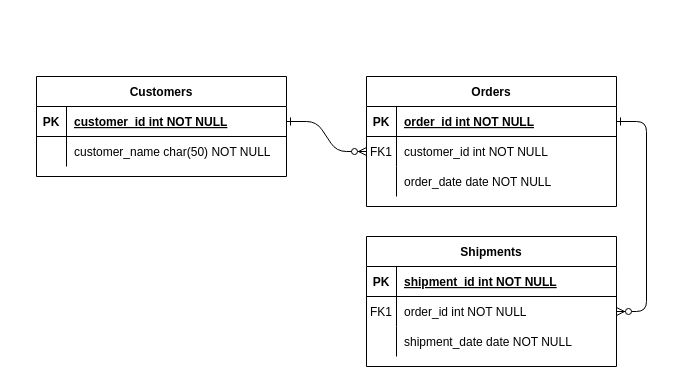
The draw.io diagram Untitled Diagram.drawio in RyanRamadhan11/drawio, before the edit. Source tidied: cells renumbered, new cells numbered last; positions are measured from the earlier drawing's top-left corner, leaving out a move shared by most shapes. Both pictures are drawn from the tidied source at 100%, with x=0, y=0 at pixel (36, 76).
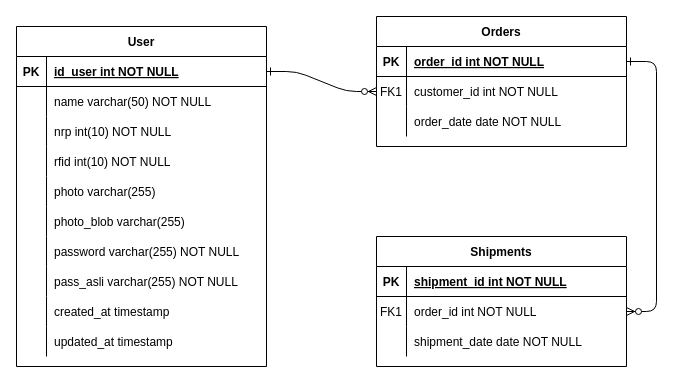
The same page after the edit.

The change refers to these unchanged cells:
```xml
<mxCell id="25" style="shape=partialRectangle;fillColor=none;points=[[0,0.5],[1,0.5]];portConstraint=eastwest;top=0;left=0;right=0;bottom=1;" parent="24" vertex="1">
  <mxGeometry y="30" width="250" height="30" as="geometry" />
</mxCell>
<mxCell id="28" style="shape=partialRectangle;fillColor=none;top=0;left=0;right=0;bottom=0;" parent="24" vertex="1">
  <mxGeometry y="60" width="250" height="30" as="geometry" />
</mxCell>
```

Diff of the diagram source:
```diff
@@
     <mxCell id="4" value="Orders" style="shape=table;startSize=30;childLayout=tableLayout;rowLines=0;fontStyle=1;align=center;" parent="1" vertex="1">
-      <mxGeometry x="330" width="250" height="130" as="geometry" />
+      <mxGeometry x="340" y="-60" width="250" height="130" as="geometry" />
     </mxCell>
@@
     <mxCell id="14" value="Shipments" style="shape=table;startSize=30;childLayout=tableLayout;rowLines=0;fontStyle=1;align=center;" parent="1" vertex="1">
-      <mxGeometry x="330" y="160" width="250" height="130" as="geometry" />
+      <mxGeometry x="340" y="160" width="250" height="130" as="geometry" />
     </mxCell>
@@
-    <mxCell id="24" value="Customers" style="shape=table;startSize=30;childLayout=tableLayout;rowLines=0;fontStyle=1;align=center;" parent="1" vertex="1">
-      <mxGeometry width="250" height="100" as="geometry" />
+    <mxCell id="24" value="User" style="shape=table;startSize=30;childLayout=tableLayout;rowLines=0;fontStyle=1;align=center;" parent="1" vertex="1">
+      <mxGeometry x="-20" y="-50" width="250" height="340" as="geometry" />
     </mxCell>
@@
-    <mxCell id="27" value="customer_id int NOT NULL " style="shape=partialRectangle;overflow=hidden;fillColor=none;top=0;left=0;bottom=0;right=0;align=left;spacingLeft=6;fontStyle=5;" parent="25" vertex="1">
+    <mxCell id="27" value="id_user int NOT NULL " style="shape=partialRectangle;overflow=hidden;fillColor=none;top=0;left=0;bottom=0;right=0;align=left;spacingLeft=6;fontStyle=5;" parent="25" vertex="1">
       <mxGeometry x="30" width="220" height="30" as="geometry" />
     </mxCell>
@@
-    <mxCell id="30" value="customer_name char(50) NOT NULL" style="shape=partialRectangle;overflow=hidden;fillColor=none;top=0;left=0;bottom=0;right=0;align=left;spacingLeft=6;" parent="28" vertex="1">
+    <mxCell id="30" value="name varchar(50) NOT NULL" style="shape=partialRectangle;overflow=hidden;fillColor=none;top=0;left=0;bottom=0;right=0;align=left;spacingLeft=6;" parent="28" vertex="1">
       <mxGeometry x="30" width="220" height="30" as="geometry" />
     </mxCell>
+    <mxCell id="31" style="shape=tableRow;horizontal=0;startSize=0;swimlaneHead=0;swimlaneBody=0;fillColor=none;top=0;left=0;right=0;bottom=0;" parent="24" vertex="1">
+      <mxGeometry y="90" width="250" height="30" as="geometry" />
+    </mxCell>
+    <mxCell id="32" style="shape=partialRectangle;fillColor=none;top=0;left=0;bottom=0;right=0;overflow=hidden;" parent="31" vertex="1">
+      <mxGeometry width="30" height="30" as="geometry" />
+    </mxCell>
+    <mxCell id="33" value="nrp int(10) NOT NULL" style="shape=partialRectangle;fillColor=none;top=0;left=0;bottom=0;right=0;align=left;spacingLeft=6;overflow=hidden;" parent="31" vertex="1">
+      <mxGeometry x="30" width="220" height="30" as="geometry" />
+    </mxCell>
+    <mxCell id="34" style="shape=tableRow;horizontal=0;startSize=0;swimlaneHead=0;swimlaneBody=0;fillColor=none;top=0;left=0;right=0;bottom=0;" parent="24" vertex="1">
+      <mxGeometry y="120" width="250" height="30" as="geometry" />
+    </mxCell>
+    <mxCell id="35" style="shape=partialRectangle;fillColor=none;top=0;left=0;bottom=0;right=0;overflow=hidden;" parent="34" vertex="1">
+      <mxGeometry width="30" height="30" as="geometry" />
+    </mxCell>
+    <mxCell id="36" value="rfid int(10) NOT NULL" style="shape=partialRectangle;fillColor=none;top=0;left=0;bottom=0;right=0;align=left;spacingLeft=6;overflow=hidden;" parent="34" vertex="1">
+      <mxGeometry x="30" width="220" height="30" as="geometry" />
+    </mxCell>
+    <mxCell id="37" style="shape=tableRow;horizontal=0;startSize=0;swimlaneHead=0;swimlaneBody=0;fillColor=none;top=0;left=0;right=0;bottom=0;" parent="24" vertex="1">
+      <mxGeometry y="150" width="250" height="30" as="geometry" />
+    </mxCell>
+    <mxCell id="38" style="shape=partialRectangle;fillColor=none;top=0;left=0;bottom=0;right=0;overflow=hidden;" parent="37" vertex="1">
+      <mxGeometry width="30" height="30" as="geometry" />
+    </mxCell>
+    <mxCell id="39" value="photo varchar(255)" style="shape=partialRectangle;fillColor=none;top=0;left=0;bottom=0;right=0;align=left;spacingLeft=6;overflow=hidden;" parent="37" vertex="1">
+      <mxGeometry x="30" width="220" height="30" as="geometry" />
+    </mxCell>
+    <mxCell id="40" style="shape=tableRow;horizontal=0;startSize=0;swimlaneHead=0;swimlaneBody=0;fillColor=none;top=0;left=0;right=0;bottom=0;" parent="24" vertex="1">
+      <mxGeometry y="180" width="250" height="30" as="geometry" />
+    </mxCell>
+    <mxCell id="41" style="shape=partialRectangle;fillColor=none;top=0;left=0;bottom=0;right=0;overflow=hidden;" parent="40" vertex="1">
+      <mxGeometry width="30" height="30" as="geometry" />
+    </mxCell>
+    <mxCell id="42" value="photo_blob varchar(255)" style="shape=partialRectangle;fillColor=none;top=0;left=0;bottom=0;right=0;align=left;spacingLeft=6;overflow=hidden;" parent="40" vertex="1">
+      <mxGeometry x="30" width="220" height="30" as="geometry" />
+    </mxCell>
+    <mxCell id="43" style="shape=tableRow;horizontal=0;startSize=0;swimlaneHead=0;swimlaneBody=0;fillColor=none;top=0;left=0;right=0;bottom=0;" parent="24" vertex="1">
+      <mxGeometry y="210" width="250" height="30" as="geometry" />
+    </mxCell>
+    <mxCell id="44" style="shape=partialRectangle;fillColor=none;top=0;left=0;bottom=0;right=0;overflow=hidden;" parent="43" vertex="1">
+      <mxGeometry width="30" height="30" as="geometry" />
+    </mxCell>
+    <mxCell id="45" value="password varchar(255) NOT NULL" style="shape=partialRectangle;fillColor=none;top=0;left=0;bottom=0;right=0;align=left;spacingLeft=6;overflow=hidden;" parent="43" vertex="1">
+      <mxGeometry x="30" width="220" height="30" as="geometry" />
+    </mxCell>
+    <mxCell id="46" style="shape=tableRow;horizontal=0;startSize=0;swimlaneHead=0;swimlaneBody=0;fillColor=none;top=0;left=0;right=0;bottom=0;" parent="24" vertex="1">
+      <mxGeometry y="240" width="250" height="30" as="geometry" />
+    </mxCell>
+    <mxCell id="47" style="shape=partialRectangle;fillColor=none;top=0;left=0;bottom=0;right=0;overflow=hidden;" parent="46" vertex="1">
+      <mxGeometry width="30" height="30" as="geometry" />
+    </mxCell>
+    <mxCell id="48" value="pass_asli varchar(255) NOT NULL" style="shape=partialRectangle;fillColor=none;top=0;left=0;bottom=0;right=0;align=left;spacingLeft=6;overflow=hidden;" parent="46" vertex="1">
+      <mxGeometry x="30" width="220" height="30" as="geometry" />
+    </mxCell>
+    <mxCell id="49" style="shape=tableRow;horizontal=0;startSize=0;swimlaneHead=0;swimlaneBody=0;fillColor=none;top=0;left=0;right=0;bottom=0;" parent="24" vertex="1">
+      <mxGeometry y="270" width="250" height="30" as="geometry" />
+    </mxCell>
+    <mxCell id="50" style="shape=partialRectangle;fillColor=none;top=0;left=0;bottom=0;right=0;overflow=hidden;" parent="49" vertex="1">
+      <mxGeometry width="30" height="30" as="geometry" />
+    </mxCell>
+    <mxCell id="51" value="created_at timestamp" style="shape=partialRectangle;fillColor=none;top=0;left=0;bottom=0;right=0;align=left;spacingLeft=6;overflow=hidden;" parent="49" vertex="1">
+      <mxGeometry x="30" width="220" height="30" as="geometry" />
+    </mxCell>
+    <mxCell id="52" style="shape=tableRow;horizontal=0;startSize=0;swimlaneHead=0;swimlaneBody=0;fillColor=none;top=0;left=0;right=0;bottom=0;" parent="24" vertex="1">
+      <mxGeometry y="300" width="250" height="30" as="geometry" />
+    </mxCell>
+    <mxCell id="53" style="shape=partialRectangle;fillColor=none;top=0;left=0;bottom=0;right=0;overflow=hidden;" parent="52" vertex="1">
+      <mxGeometry width="30" height="30" as="geometry" />
+    </mxCell>
+    <mxCell id="54" value="updated_at timestamp" style="shape=partialRectangle;fillColor=none;top=0;left=0;bottom=0;right=0;align=left;spacingLeft=6;overflow=hidden;" parent="52" vertex="1">
+      <mxGeometry x="30" width="220" height="30" as="geometry" />
+    </mxCell>
```
